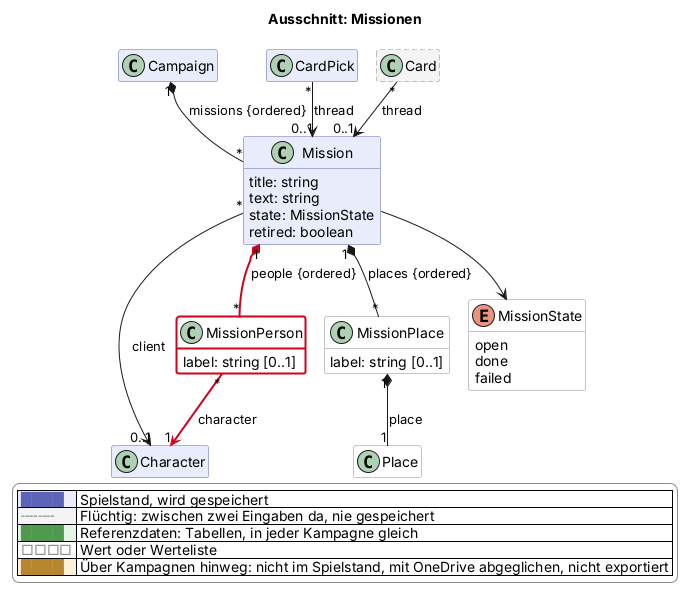
Before: docs/views/mission.png, a diagram exported from PlantUML (scuzzar/SRE). Source of this version:
```plantuml
@startuml
!if %not(%variable_exists("$change"))
!$change = "*"
!endif
!function $marked($c)
!return $change == "*" || $change == $c
!endfunction
!function $new($c, $t)
!if $marked($c)
!return "<color:#d0021b><b>" + $t + "</b></color>"
!endif
!return $t
!endfunction
!procedure $gone($c, $t)
!if $marked($c)
<color:#d0021b><s>$t</s></color>
!endif
!endprocedure
!function $newClass($c)
!if $marked($c)
!return "#line:d0021b;line.bold"
!endif
!return ""
!endfunction
!function $newArrow($c)
!if $marked($c)
!return "[#d0021b,bold]"
!endif
!return ""
!endfunction
!function $goneArrow($c)
!if $marked($c)
!return "[#d0021b,dashed]"
!endif
!return ""
!endfunction
!pragma layout smetana
title Ausschnitt: Missionen
hide empty members
hide methods
skinparam classAttributeIconSize 0
skinparam shadowing false
skinparam packageStyle rectangle
skinparam class {
  BackgroundColor #e8ecfb
  BorderColor #5b64b8
  BackgroundColor<<transient>> #f4f4f4
  BorderColor<<transient>> #8a8a8a
  BackgroundColor<<reference>> #e6f4e6
  BorderColor<<reference>> #4f9a4f
  BackgroundColor<<value>> #ffffff
  BorderColor<<value>> #8a8a8a
  BackgroundColor<<browser>> #fdf1dc
  BorderColor<<browser>> #b8862e
}
skinparam legendBackgroundColor #ffffff
skinparam legendBorderColor #8a8a8a
<style>
classDiagram {
  class {
    .transient {
      LineStyle 5-3
    }
  }
}
</style>
hide <<transient>> stereotype
hide <<reference>> stereotype
hide <<value>> stereotype
hide <<browser>> stereotype

  class Campaign $kampagne
  class Character $charakter




  class Mission $mission {
    title: string
    text: string
    state: MissionState
    retired: boolean
  }
  class MissionPerson <<value>> $mission $newClass("2026-11-18b") {
    label: string [0..1]
  }
  class MissionPlace <<value>> $mission {
    label: string [0..1]
  }
  enum MissionState <<value>> $mission {
    open
    done
    failed
  }

  class CardPick $karte


  class Card <<transient>> $karte

  class Place <<value>> $oberflaeche




Campaign "1" *-- "*" Mission : missions {ordered}
Mission "*" --> "0..1" Character : client
Mission "1" *-- "*" MissionPlace : places {ordered}
MissionPlace "1" *-- "1" Place : place
Mission "1" *-$newArrow("2026-11-18b")- "*" MissionPerson : people {ordered}
MissionPerson "*" -$newArrow("2026-11-18b")-> "1" Character : character
Mission --> MissionState









Card "*" --> "0..1" Mission : thread
CardPick "*" --> "0..1" Mission : thread


legend right
  |<#e8ecfb> <color:#5b64b8>████</color> | Spielstand, wird gespeichert |
  |<#f4f4f4> <color:#8a8a8a>╌╌╌╌</color> | Flüchtig: zwischen zwei Eingaben da, nie gespeichert |
  |<#e6f4e6> <color:#4f9a4f>████</color> | Referenzdaten: Tabellen, in jeder Kampagne gleich |
  |<#ffffff> <color:#8a8a8a>□□□□</color> | Wert oder Werteliste |
  |<#fdf1dc> <color:#b8862e>████</color> | Über Kampagnen hinweg: nicht im Spielstand, mit OneDrive abgeglichen, nicht exportiert |
endlegend
@enduml
```
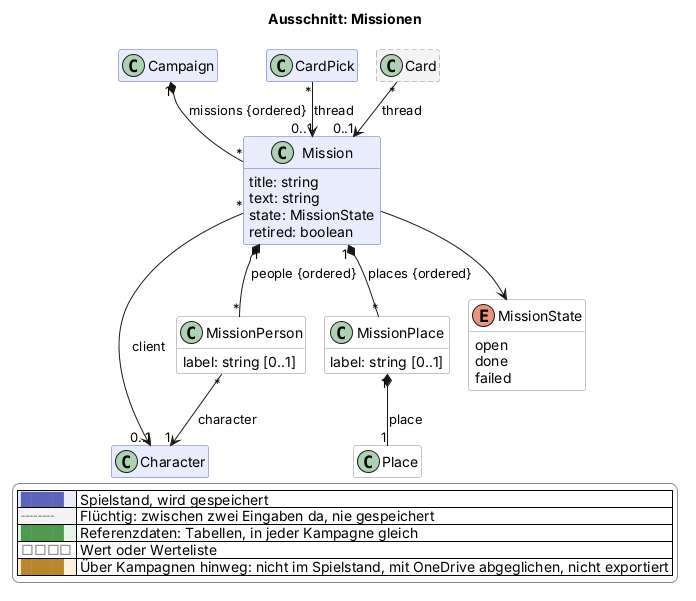
The same diagram one commit later.

The edit, as a diff of the source:
```diff
@@ -81,7 +81,7 @@
     state: MissionState
     retired: boolean
   }
-  class MissionPerson <<value>> $mission $newClass("2026-11-18b") {
+  class MissionPerson <<value>> $mission {
     label: string [0..1]
   }
   class MissionPlace <<value>> $mission {
@@ -107,8 +107,8 @@
 Mission "*" --> "0..1" Character : client
 Mission "1" *-- "*" MissionPlace : places {ordered}
 MissionPlace "1" *-- "1" Place : place
-Mission "1" *-$newArrow("2026-11-18b")- "*" MissionPerson : people {ordered}
-MissionPerson "*" -$newArrow("2026-11-18b")-> "1" Character : character
+Mission "1" *-- "*" MissionPerson : people {ordered}
+MissionPerson "*" --> "1" Character : character
 Mission --> MissionState
 
 
```
